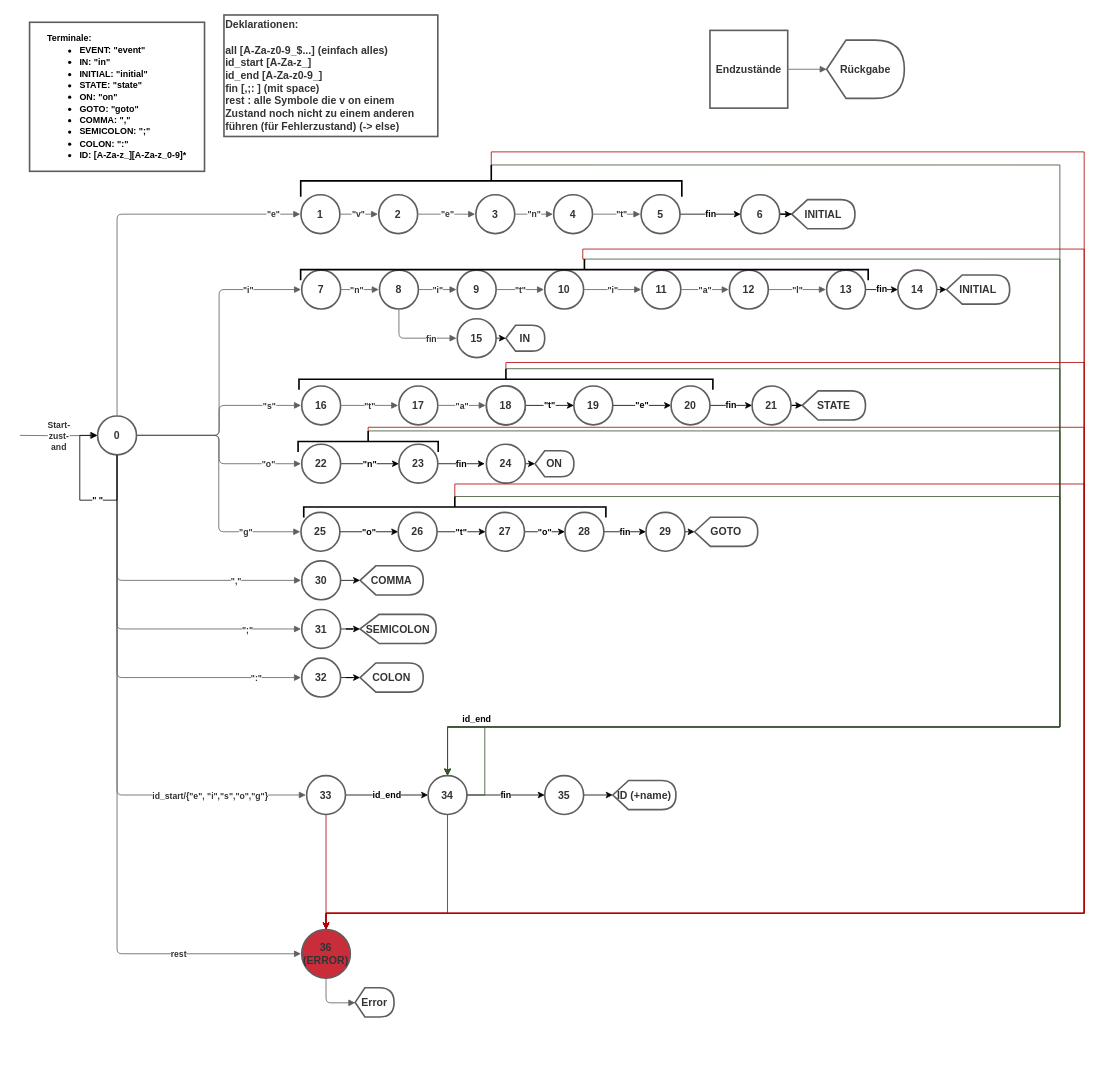
The draw.io diagram Zustandsautomat_ParserScanner_Aufgabe.drawio in LucRome/Automaten, before the edit. Source tidied: cells renumbered, new cells numbered last; positions are measured from the earlier drawing's top-left corner, leaving out a move shared by most shapes. Both pictures are drawn from the tidied source at 81%, with x=0, y=0 at pixel (19, -15).
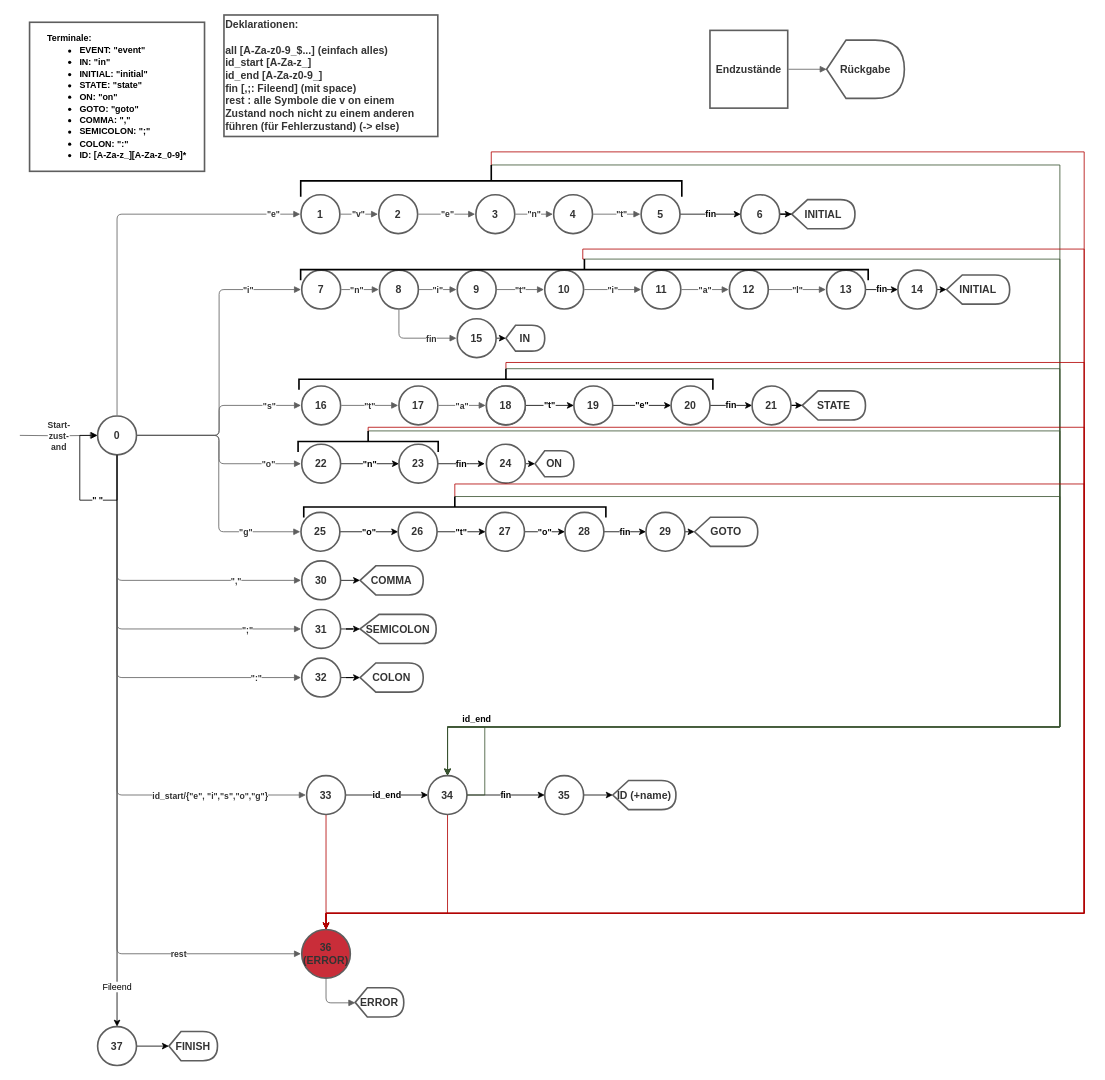
Above is the later version.

Unchanged cells that the change refers to:
```xml
<mxCell id="4" value="0" style="html=1;whiteSpace=wrap;ellipse;whiteSpace=wrap;fontSize=13;fontColor=#333333;align=center;spacing=3;strokeColor=#5e5e5e;strokeOpacity=100;absoluteArcSize=1;arcSize=7.199999999999999;strokeWidth=2;fontStyle=1;" parent="1" vertex="1">
  <mxGeometry x="96" y="531" width="48" height="48" as="geometry" />
</mxCell>
```

Diff of the diagram source:
```diff
@@
-    <mxCell id="2" value="&lt;div style=&quot;text-align: left&quot;&gt;&lt;span style=&quot;font-size: 13px; color: rgb(51, 51, 51);&quot;&gt;Deklarationen:&lt;br&gt;&lt;/span&gt;&lt;/div&gt;&lt;div style=&quot;text-align: left&quot;&gt;&lt;span style=&quot;font-size: 13px; color: rgb(51, 51, 51);&quot;&gt;&lt;br&gt;&lt;/span&gt;&lt;span style=&quot;font-size: 13px ; color: #333333&quot;&gt;&lt;/span&gt;&lt;/div&gt;&lt;div style=&quot;text-align: left&quot;&gt;&lt;span style=&quot;font-size: 13px ; color: #333333&quot;&gt;all [A-Za-z0-9_$...] (einfach alles)&lt;br&gt;&lt;/span&gt;&lt;/div&gt;&lt;div style=&quot;text-align: left&quot;&gt;&lt;span style=&quot;font-size: 13px ; color: #333333&quot;&gt;id_start [A-Za-z_]&lt;br&gt;&lt;/span&gt;&lt;/div&gt;&lt;div style=&quot;text-align: left&quot;&gt;&lt;span style=&quot;font-size: 13px ; color: #333333&quot;&gt;id_end [A-Za-z0-9_]&lt;br&gt;&lt;/span&gt;&lt;/div&gt;&lt;div style=&quot;text-align: left&quot;&gt;&lt;span style=&quot;font-size: 13px ; color: #333333&quot;&gt;fin [,;: ] (mit space)&lt;br&gt;&lt;/span&gt;&lt;/div&gt;&lt;div style=&quot;text-align: left&quot;&gt;&lt;span style=&quot;font-size: 13px ; color: #333333&quot;&gt;rest : alle Symbole die v on einem Zustand noch nicht zu einem anderen führen (für Fehlerzustand) (-&amp;gt; else)&lt;br&gt;&lt;/span&gt;&lt;/div&gt;" style="html=1;whiteSpace=wrap;whiteSpace=wrap;spacing=3;verticalAlign=middle;strokeColor=#5e5e5e;strokeOpacity=100;absoluteArcSize=1;arcSize=7.199999999999999;strokeWidth=2;fontStyle=1;" parent="1" vertex="1">
+    <mxCell id="2" value="&lt;div style=&quot;text-align: left&quot;&gt;&lt;span style=&quot;font-size: 13px ; color: rgb(51 , 51 , 51)&quot;&gt;Deklarationen:&lt;br&gt;&lt;/span&gt;&lt;/div&gt;&lt;div style=&quot;text-align: left&quot;&gt;&lt;span style=&quot;font-size: 13px ; color: rgb(51 , 51 , 51)&quot;&gt;&lt;br&gt;&lt;/span&gt;&lt;span style=&quot;font-size: 13px ; color: #333333&quot;&gt;&lt;/span&gt;&lt;/div&gt;&lt;div style=&quot;text-align: left&quot;&gt;&lt;span style=&quot;font-size: 13px ; color: #333333&quot;&gt;all [A-Za-z0-9_$...] (einfach alles)&lt;br&gt;&lt;/span&gt;&lt;/div&gt;&lt;div style=&quot;text-align: left&quot;&gt;&lt;span style=&quot;font-size: 13px ; color: #333333&quot;&gt;id_start [A-Za-z_]&lt;br&gt;&lt;/span&gt;&lt;/div&gt;&lt;div style=&quot;text-align: left&quot;&gt;&lt;span style=&quot;font-size: 13px ; color: #333333&quot;&gt;id_end [A-Za-z0-9_]&lt;br&gt;&lt;/span&gt;&lt;/div&gt;&lt;div style=&quot;text-align: left&quot;&gt;&lt;span style=&quot;font-size: 13px ; color: #333333&quot;&gt;fin [,;: Fileend] (mit space)&lt;br&gt;&lt;/span&gt;&lt;/div&gt;&lt;div style=&quot;text-align: left&quot;&gt;&lt;span style=&quot;font-size: 13px ; color: #333333&quot;&gt;rest : alle Symbole die v on einem Zustand noch nicht zu einem anderen führen (für Fehlerzustand) (-&amp;gt; else)&lt;br&gt;&lt;/span&gt;&lt;/div&gt;" style="html=1;whiteSpace=wrap;whiteSpace=wrap;spacing=3;verticalAlign=middle;strokeColor=#5e5e5e;strokeOpacity=100;absoluteArcSize=1;arcSize=7.199999999999999;strokeWidth=2;fontStyle=1;" parent="1" vertex="1">
       <mxGeometry x="252" y="36" width="264" height="150" as="geometry" />
     </mxCell>
@@
+    <mxCell id="147" value="Fileend" style="edgeStyle=orthogonalEdgeStyle;rounded=0;jettySize=auto;html=1;exitX=0.5;exitY=1;exitDx=0;exitDy=0;entryX=0.5;entryY=0;entryDx=0;entryDy=0;" parent="1" edge="1" source="4" target="149">
+      <mxGeometry x="0.86" relative="1" as="geometry" />
+    </mxCell>
@@
-    <mxCell id="46" value="Error" style="html=1;whiteSpace=wrap;shape=display;whiteSpace=wrap;fontSize=13;fontColor=#333333;align=center;spacing=3;strokeColor=#5e5e5e;strokeOpacity=100;absoluteArcSize=1;arcSize=7.199999999999999;strokeWidth=2;fontStyle=1;" parent="1" vertex="1">
-      <mxGeometry x="414" y="1237" width="48" height="36" as="geometry" />
+    <mxCell id="46" value="ERROR" style="html=1;whiteSpace=wrap;shape=display;whiteSpace=wrap;fontSize=13;fontColor=#333333;align=center;spacing=3;strokeColor=#5e5e5e;strokeOpacity=100;absoluteArcSize=1;arcSize=7.199999999999999;strokeWidth=2;fontStyle=1;" parent="1" vertex="1">
+      <mxGeometry x="414" y="1237" width="60" height="36" as="geometry" />
     </mxCell>
@@
+    <mxCell id="148" style="edgeStyle=orthogonalEdgeStyle;rounded=0;jettySize=auto;html=1;exitX=1;exitY=0.5;exitDx=0;exitDy=0;fontColor=#000000;" parent="1" edge="1" source="149" target="150">
+      <mxGeometry relative="1" as="geometry" />
+    </mxCell>
+    <mxCell id="149" value="37" style="html=1;whiteSpace=wrap;ellipse;whiteSpace=wrap;fontSize=13;fontColor=#333333;align=center;spacing=3;strokeColor=#5e5e5e;strokeOpacity=100;absoluteArcSize=1;arcSize=7.199999999999999;strokeWidth=2;fontStyle=1;" parent="1" vertex="1">
+      <mxGeometry x="96" y="1285" width="48" height="48" as="geometry" />
+    </mxCell>
+    <mxCell id="150" value="FINISH" style="html=1;whiteSpace=wrap;shape=display;whiteSpace=wrap;fontSize=13;fontColor=#333333;align=center;spacing=3;strokeColor=#5e5e5e;strokeOpacity=100;absoluteArcSize=1;arcSize=7.199999999999999;strokeWidth=2;fontStyle=1;" parent="1" vertex="1">
+      <mxGeometry x="184" y="1291" width="60" height="36" as="geometry" />
+    </mxCell>
```
